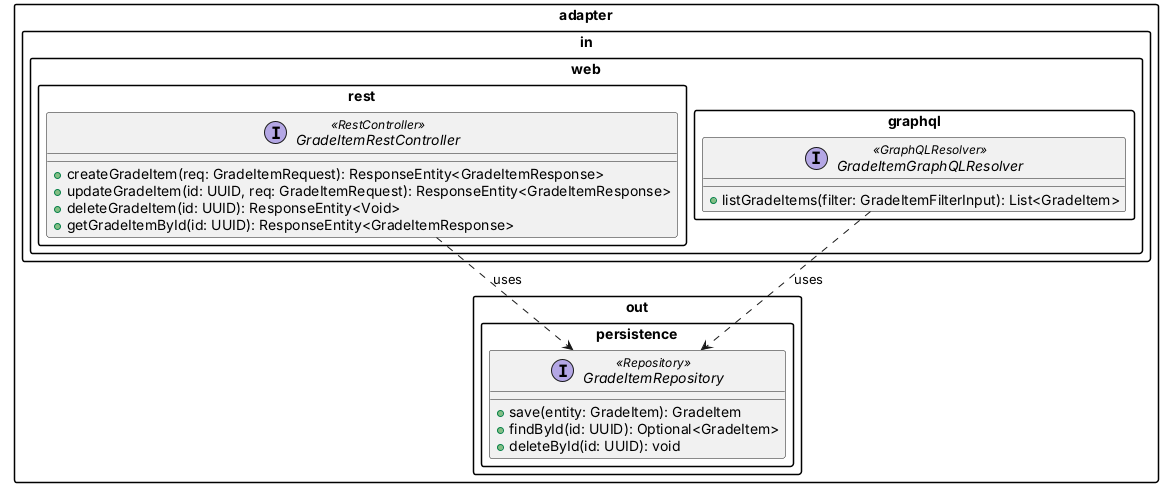
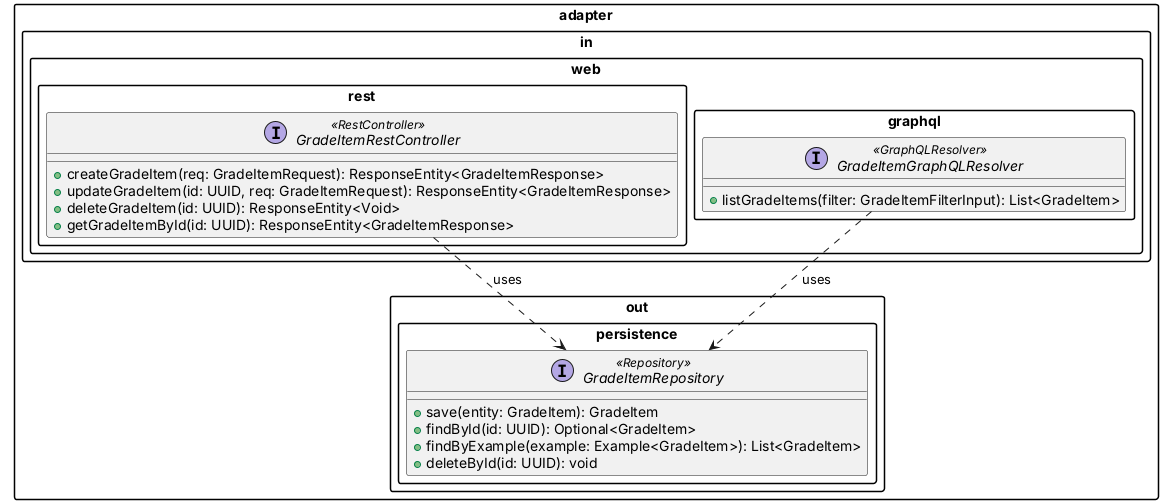
@startuml grade_item_contract

!pragma layout smetana
skinparam packageStyle rectangle
skinparam defaultFontName Inter

package "adapter.in.web.rest" {
  interface "GradeItemRestController" <<RestController>> {
    + createGradeItem(req: GradeItemRequest): ResponseEntity<GradeItemResponse>
    + updateGradeItem(id: UUID, req: GradeItemRequest): ResponseEntity<GradeItemResponse>
    + deleteGradeItem(id: UUID): ResponseEntity<Void>
    + getGradeItemById(id: UUID): ResponseEntity<GradeItemResponse>
  }
}

package "adapter.in.web.graphql" {
  interface "GradeItemGraphQLResolver" <<GraphQLResolver>> {
    + listGradeItems(filter: GradeItemFilterInput): List<GradeItem>
  }
}

package "adapter.out.persistence" {
  interface "GradeItemRepository" <<Repository>> {
    + save(entity: GradeItem): GradeItem
    + findById(id: UUID): Optional<GradeItem>
+     + findByExample(example: Example<GradeItem>): List<GradeItem>
    + deleteById(id: UUID): void
  }
}

' === Dependency Arrows ===
"GradeItemRestController"  ..> "GradeItemRepository" : uses
"GradeItemGraphQLResolver" ..> "GradeItemRepository" : uses

@enduml
